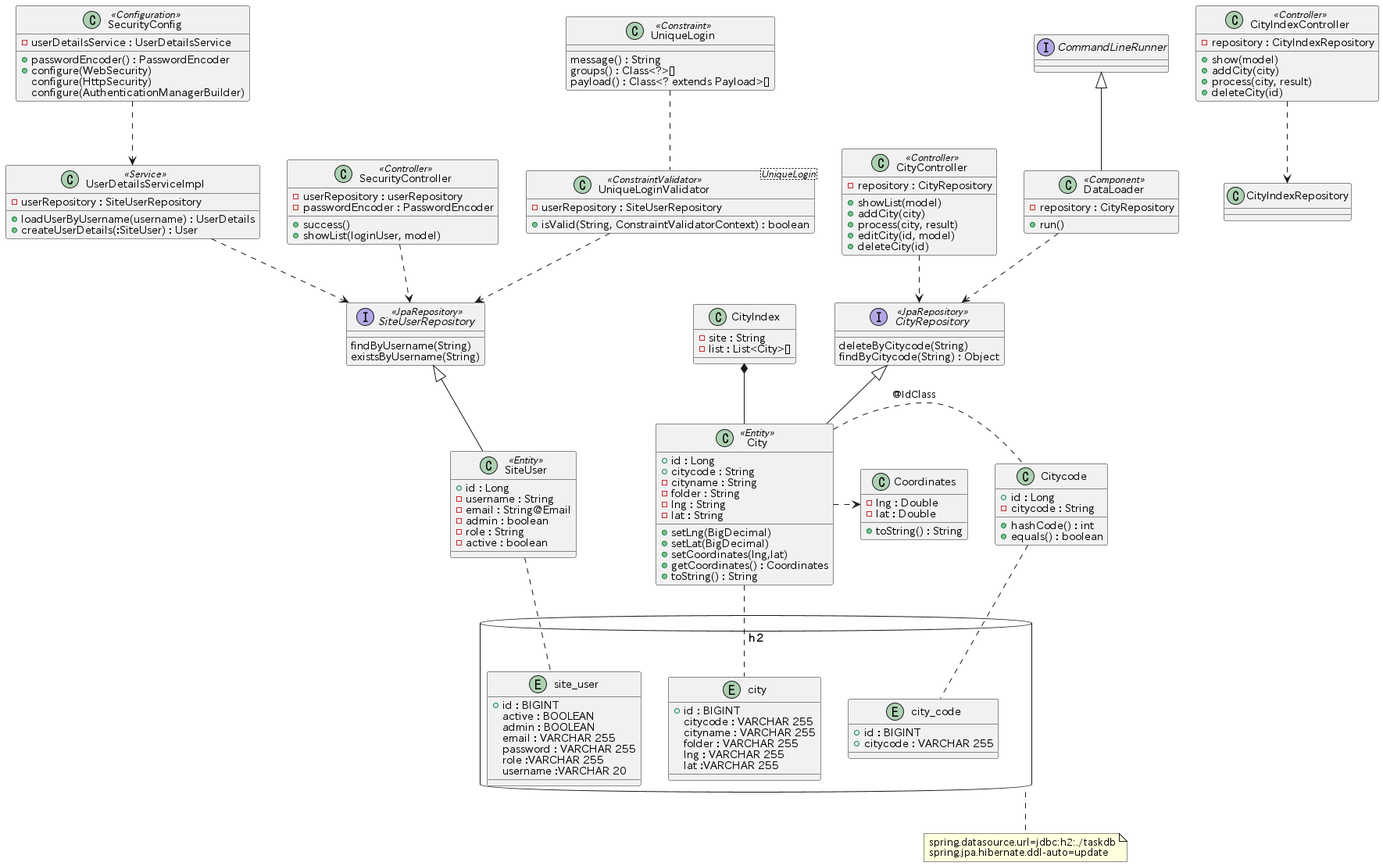
yuuhayashi/task-bldg keeps this PlantUML diagram as class.png. Above is the earlier version.
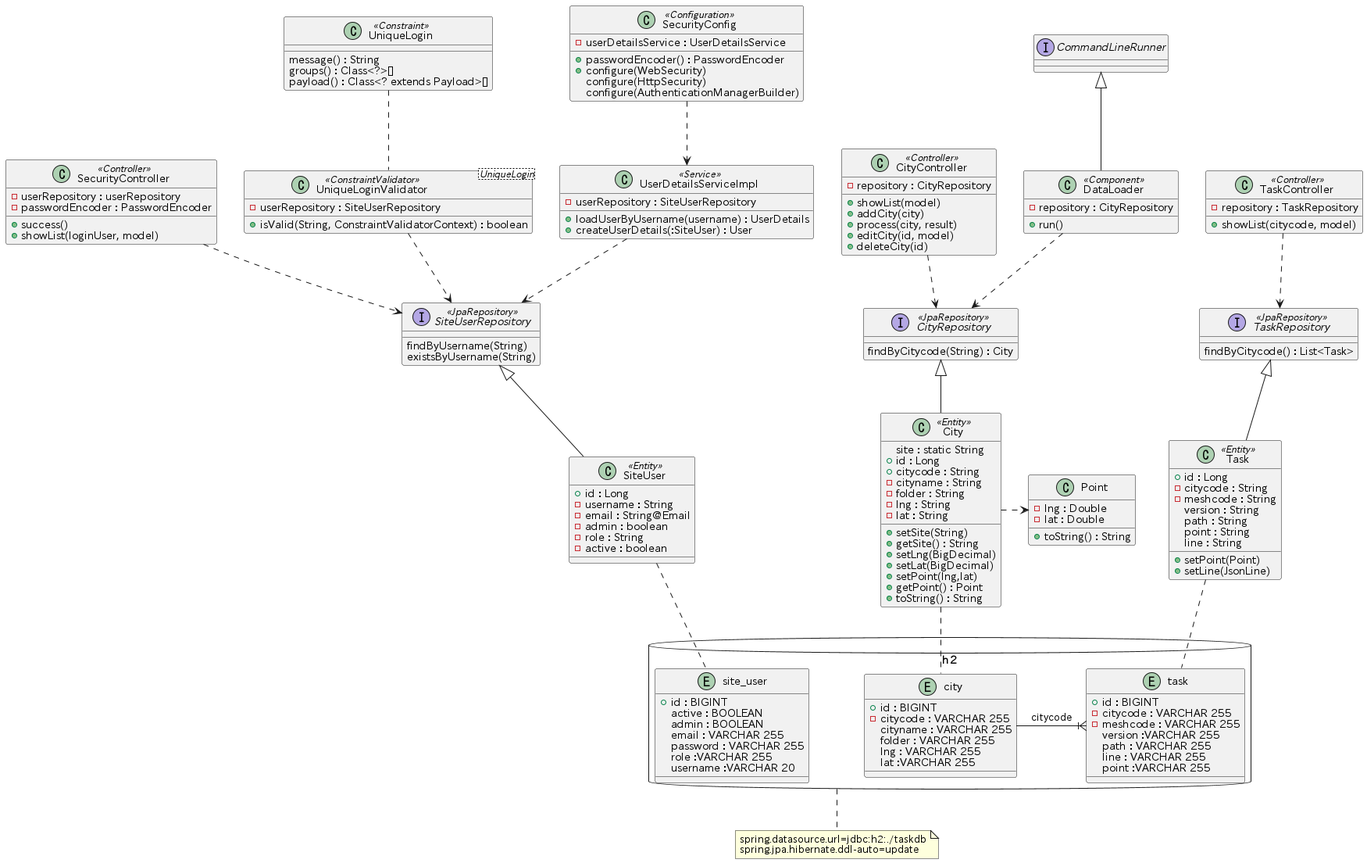
The same file after the commit.

The edit, as a diff of the source:
```diff
@@ -3,15 +3,11 @@
 database "h2" as db {
 	entity city {
 		+ id : BIGINT
-		citycode : VARCHAR 255
+		- citycode : VARCHAR 255
 		cityname : VARCHAR 255
 		folder : VARCHAR 255
 		lng : VARCHAR 255
 		lat :VARCHAR 255
-	}
-	entity city_code {
-		+ id : BIGINT
-		+ citycode : VARCHAR 255
 	}
 
 	entity site_user {
@@ -23,6 +19,17 @@
 		role :VARCHAR 255
 		username :VARCHAR 20
 	}
+
+	entity task {
+		+ id : BIGINT
+		- citycode : VARCHAR 255
+		- meshcode : VARCHAR 255
+		version :VARCHAR 255
+		path : VARCHAR 255
+		line : VARCHAR 255
+		point :VARCHAR 255
+	}
+	task }|- city : citycode
 }
 note bottom of db : spring.datasource.url=jdbc:h2:./taskdb\nspring.jpa.hibernate.ddl-auto=update
 
@@ -80,44 +87,32 @@
 SiteUserRepository <|-- SiteUser
 
 class City <<Entity>> {
+	site : static String
   + id : Long
   + citycode : String
   - cityname : String
   - folder : String
   - lng : String
   - lat : String
+  + setSite(String)
+  + getSite() : String
   + setLng(BigDecimal)
   + setLat(BigDecimal)
-  + setCoordinates(lng,lat)
-  + getCoordinates() : Coordinates
+  + setPoint(lng,lat)
+  + getPoint() : Point
   + toString() : String
 }
-class Citycode {
-  + id : Long
-  - citycode : String
-  + hashCode() : int
-  + equals() : boolean
-}
 City .. city
-City . Citycode : @IdClass
-Citycode .. city_code
 
-class Coordinates {
+class Point {
   - lng : Double
   - lat : Double
   + toString() : String
 }
-City .> Coordinates
-
-class CityIndex {
-	- site : String
-	- list : List<City>[]
-}
-CityIndex *-- City
+City .> Point
 
 interface CityRepository <<JpaRepository>> {
-	deleteByCitycode(String)
-	findByCitycode(String) : Object
+	findByCitycode(String) : City
 }
 CityRepository <|-- City
 
@@ -131,14 +126,29 @@
 }
 CityController ..> CityRepository
 
-class CityIndexController <<Controller>> {
-  - repository : CityIndexRepository
-  + show(model)
-  + addCity(city)
-  + process(city, result)
-  + deleteCity(id)
+class TaskController <<Controller>> {
+  - repository : TaskRepository
+  + showList(citycode, model)
 }
-CityIndexController ..> CityIndexRepository
+TaskController ..> TaskRepository
+
+interface TaskRepository <<JpaRepository>> {
+	findByCitycode() : List<Task>
+}
+TaskRepository <|-- Task
+
+class Task <<Entity>> {
+  + id : Long
+  - citycode : String
+  - meshcode : String
+  version : String
+  path : String
+  point : String
+  line : String
+  + setPoint(Point)
+  + setLine(JsonLine)
+}
+Task .. task
 
 interface CommandLineRunner
 
```
